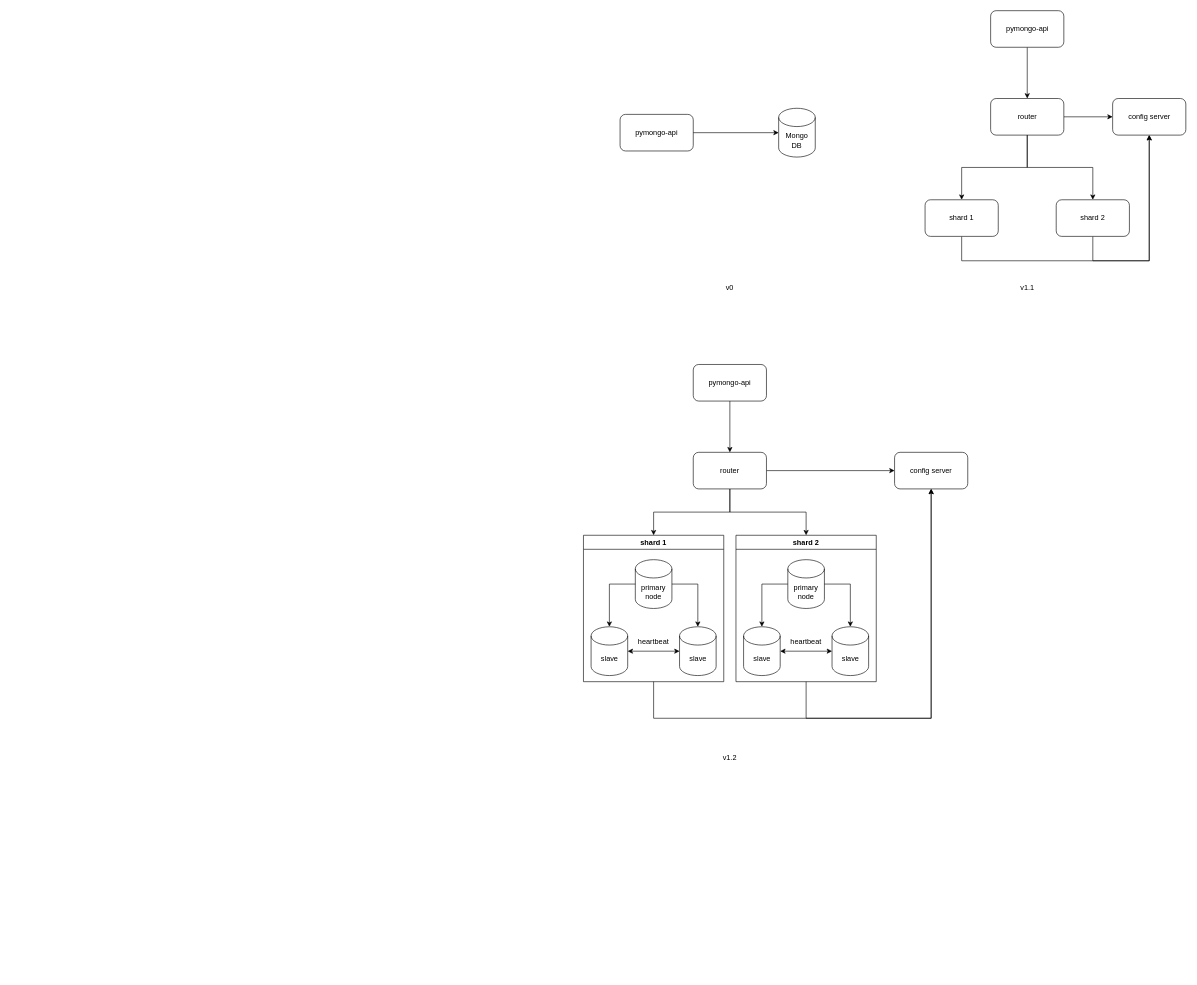
The draw.io diagram page "task 1.1" (1 of 2) of src/schemas.drawio in kuznechek/architecture-pro-black_friday, before the edit. Source tidied: cells renumbered, new cells numbered last; positions are measured from the earlier drawing's top-left corner, leaving out a move shared by most shapes. Both pictures are drawn from the tidied source at 61%, with x=0, y=0 at pixel (583, 10).
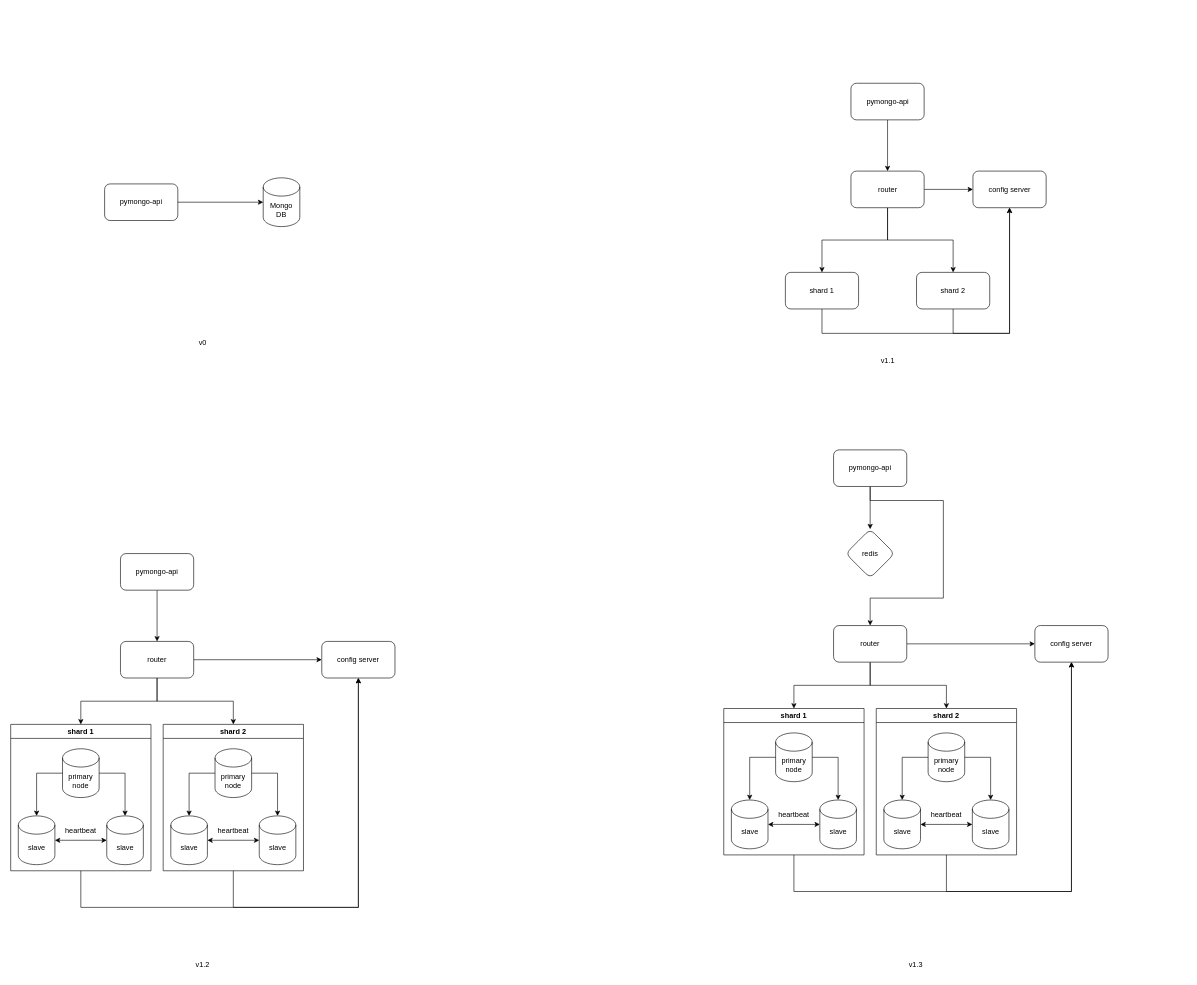
Above is the later version.

Diff of the diagram source:
```diff
@@
     <mxCell id="2" value="Mongo&lt;div&gt;DB&lt;/div&gt;" style="shape=cylinder3;whiteSpace=wrap;html=1;boundedLbl=1;backgroundOutline=1;size=15;" parent="1" vertex="1">
-      <mxGeometry x="320" y="160" width="60" height="80" as="geometry" />
+      <mxGeometry x="-525" y="274" width="60" height="80" as="geometry" />
     </mxCell>
     <mxCell id="3" value="pymongo-api" style="rounded=1;whiteSpace=wrap;html=1;" parent="1" vertex="1">
-      <mxGeometry x="60" y="170" width="120" height="60" as="geometry" />
+      <mxGeometry x="-785" y="284" width="120" height="60" as="geometry" />
     </mxCell>
@@
     <mxCell id="6" value="pymongo-api" style="rounded=1;whiteSpace=wrap;html=1;" parent="1" vertex="1">
-      <mxGeometry x="667.5" width="120" height="60" as="geometry" />
+      <mxGeometry x="438.5" y="119" width="120" height="60" as="geometry" />
     </mxCell>
@@
     <mxCell id="10" value="router" style="rounded=1;whiteSpace=wrap;html=1;" parent="1" vertex="1">
-      <mxGeometry x="667.5" y="144" width="120" height="60" as="geometry" />
+      <mxGeometry x="438.5" y="263" width="120" height="60" as="geometry" />
     </mxCell>
     <mxCell id="11" style="edgeStyle=orthogonalEdgeStyle;rounded=0;jettySize=auto;html=1;exitX=0.5;exitY=1;exitDx=0;exitDy=0;entryX=0.5;entryY=1;entryDx=0;entryDy=0;" parent="1" edge="1" source="12" target="17">
       <mxGeometry relative="1" as="geometry">
         <Array as="points">
-          <mxPoint x="620" y="410" />
-          <mxPoint x="928" y="410" />
+          <mxPoint x="391" y="529" />
+          <mxPoint x="699" y="529" />
         </Array>
       </mxGeometry>
     </mxCell>
     <mxCell id="12" value="shard 1" style="rounded=1;whiteSpace=wrap;html=1;" parent="1" vertex="1">
-      <mxGeometry x="560" y="310" width="120" height="60" as="geometry" />
+      <mxGeometry x="331" y="429" width="120" height="60" as="geometry" />
     </mxCell>
     <mxCell id="13" style="edgeStyle=orthogonalEdgeStyle;rounded=0;jettySize=auto;html=1;exitX=0.5;exitY=1;exitDx=0;exitDy=0;entryX=0.5;entryY=1;entryDx=0;entryDy=0;" parent="1" edge="1" source="14" target="17">
       <mxGeometry relative="1" as="geometry">
         <Array as="points">
-          <mxPoint x="835" y="410" />
-          <mxPoint x="928" y="410" />
+          <mxPoint x="606" y="529" />
+          <mxPoint x="699" y="529" />
         </Array>
       </mxGeometry>
     </mxCell>
     <mxCell id="14" value="shard 2" style="rounded=1;whiteSpace=wrap;html=1;" parent="1" vertex="1">
-      <mxGeometry x="775" y="310" width="120" height="60" as="geometry" />
+      <mxGeometry x="546" y="429" width="120" height="60" as="geometry" />
     </mxCell>
     <mxCell id="15" value="v0" style="text;html=1;whiteSpace=wrap;strokeColor=none;fillColor=none;align=center;verticalAlign=middle;rounded=0;" parent="1" vertex="1">
-      <mxGeometry x="210" y="440" width="60" height="30" as="geometry" />
+      <mxGeometry x="-654" y="529" width="60" height="30" as="geometry" />
     </mxCell>
     <mxCell id="16" value="v1.1" style="text;html=1;whiteSpace=wrap;strokeColor=none;fillColor=none;align=center;verticalAlign=middle;rounded=0;" parent="1" vertex="1">
-      <mxGeometry x="697.5" y="440" width="60" height="30" as="geometry" />
+      <mxGeometry x="468.5" y="559" width="60" height="30" as="geometry" />
     </mxCell>
     <mxCell id="17" value="config server" style="rounded=1;whiteSpace=wrap;html=1;" parent="1" vertex="1">
-      <mxGeometry x="867.5" y="144" width="120" height="60" as="geometry" />
+      <mxGeometry x="638.5" y="263" width="120" height="60" as="geometry" />
     </mxCell>
@@
     <mxCell id="19" value="pymongo-api" style="rounded=1;whiteSpace=wrap;html=1;" parent="1" vertex="1">
-      <mxGeometry x="180" y="580" width="120" height="60" as="geometry" />
+      <mxGeometry x="-759" y="890" width="120" height="60" as="geometry" />
     </mxCell>
@@
     <mxCell id="23" value="router" style="rounded=1;whiteSpace=wrap;html=1;" parent="1" vertex="1">
-      <mxGeometry x="180" y="724" width="120" height="60" as="geometry" />
+      <mxGeometry x="-759" y="1034" width="120" height="60" as="geometry" />
     </mxCell>
     <mxCell id="24" style="edgeStyle=orthogonalEdgeStyle;rounded=0;jettySize=auto;html=1;exitX=0.5;exitY=1;exitDx=0;exitDy=0;entryX=0.5;entryY=1;entryDx=0;entryDy=0;" parent="1" edge="1" source="27" target="26">
       <mxGeometry relative="1" as="geometry">
         <Array as="points">
-          <mxPoint x="115" y="1160" />
-          <mxPoint x="570" y="1160" />
+          <mxPoint x="-824" y="1470" />
+          <mxPoint x="-369" y="1470" />
         </Array>
       </mxGeometry>
     </mxCell>
     <mxCell id="25" value="v1.2" style="text;html=1;whiteSpace=wrap;strokeColor=none;fillColor=none;align=center;verticalAlign=middle;rounded=0;" parent="1" vertex="1">
-      <mxGeometry x="210" y="1210" width="60" height="30" as="geometry" />
+      <mxGeometry x="-654" y="1550" width="60" height="30" as="geometry" />
     </mxCell>
     <mxCell id="26" value="config server" style="rounded=1;whiteSpace=wrap;html=1;" parent="1" vertex="1">
-      <mxGeometry x="510" y="724" width="120" height="60" as="geometry" />
+      <mxGeometry x="-429" y="1034" width="120" height="60" as="geometry" />
     </mxCell>
     <mxCell id="27" value="shard 1" style="swimlane;whiteSpace=wrap;html=1;" parent="1" vertex="1">
-      <mxGeometry y="860" width="230" height="240" as="geometry" />
+      <mxGeometry x="-939" y="1170" width="230" height="240" as="geometry" />
     </mxCell>
@@
     <mxCell id="35" style="edgeStyle=orthogonalEdgeStyle;rounded=0;jettySize=auto;html=1;exitX=0.5;exitY=1;exitDx=0;exitDy=0;entryX=0.5;entryY=1;entryDx=0;entryDy=0;" parent="1" edge="1" source="36" target="26">
       <mxGeometry relative="1" as="geometry">
         <Array as="points">
-          <mxPoint x="365" y="1160" />
-          <mxPoint x="570" y="1160" />
+          <mxPoint x="-574" y="1470" />
+          <mxPoint x="-369" y="1470" />
         </Array>
       </mxGeometry>
     </mxCell>
     <mxCell id="36" value="shard 2" style="swimlane;whiteSpace=wrap;html=1;" parent="1" vertex="1">
-      <mxGeometry x="250" y="860" width="230" height="240" as="geometry" />
+      <mxGeometry x="-689" y="1170" width="230" height="240" as="geometry" />
     </mxCell>
@@
+    <mxCell id="44" style="edgeStyle=orthogonalEdgeStyle;rounded=0;jettySize=auto;html=1;" parent="1" edge="1" source="46" target="71">
+      <mxGeometry relative="1" as="geometry" />
+    </mxCell>
+    <mxCell id="45" style="edgeStyle=orthogonalEdgeStyle;rounded=0;jettySize=auto;html=1;entryX=0.5;entryY=0;entryDx=0;entryDy=0;" parent="1" edge="1" source="46" target="50">
+      <mxGeometry relative="1" as="geometry">
+        <Array as="points">
+          <mxPoint x="470" y="803" />
+          <mxPoint x="590" y="803" />
+          <mxPoint x="590" y="963" />
+          <mxPoint x="470" y="963" />
+        </Array>
+      </mxGeometry>
+    </mxCell>
+    <mxCell id="46" value="pymongo-api" style="rounded=1;whiteSpace=wrap;html=1;" parent="1" vertex="1">
+      <mxGeometry x="410" y="720" width="120" height="60" as="geometry" />
+    </mxCell>
+    <mxCell id="47" style="edgeStyle=orthogonalEdgeStyle;rounded=0;jettySize=auto;html=1;entryX=0.5;entryY=0;entryDx=0;entryDy=0;" parent="1" edge="1" source="50" target="54">
+      <mxGeometry relative="1" as="geometry" />
+    </mxCell>
+    <mxCell id="48" style="edgeStyle=orthogonalEdgeStyle;rounded=0;jettySize=auto;html=1;" parent="1" edge="1" source="50" target="53">
+      <mxGeometry relative="1" as="geometry" />
+    </mxCell>
+    <mxCell id="49" style="edgeStyle=orthogonalEdgeStyle;rounded=0;jettySize=auto;html=1;exitX=0.5;exitY=1;exitDx=0;exitDy=0;entryX=0.5;entryY=0;entryDx=0;entryDy=0;" parent="1" edge="1" source="50" target="63">
+      <mxGeometry relative="1" as="geometry" />
+    </mxCell>
+    <mxCell id="50" value="router" style="rounded=1;whiteSpace=wrap;html=1;" parent="1" vertex="1">
+      <mxGeometry x="410" y="1008" width="120" height="60" as="geometry" />
+    </mxCell>
+    <mxCell id="51" style="edgeStyle=orthogonalEdgeStyle;rounded=0;jettySize=auto;html=1;exitX=0.5;exitY=1;exitDx=0;exitDy=0;entryX=0.5;entryY=1;entryDx=0;entryDy=0;" parent="1" edge="1" source="54" target="53">
+      <mxGeometry relative="1" as="geometry">
+        <Array as="points">
+          <mxPoint x="345" y="1444" />
+          <mxPoint x="800" y="1444" />
+        </Array>
+      </mxGeometry>
+    </mxCell>
+    <mxCell id="52" value="v1.3" style="text;html=1;whiteSpace=wrap;strokeColor=none;fillColor=none;align=center;verticalAlign=middle;rounded=0;" parent="1" vertex="1">
+      <mxGeometry x="515" y="1550" width="60" height="30" as="geometry" />
+    </mxCell>
+    <mxCell id="53" value="config server" style="rounded=1;whiteSpace=wrap;html=1;" parent="1" vertex="1">
+      <mxGeometry x="740" y="1008" width="120" height="60" as="geometry" />
+    </mxCell>
+    <mxCell id="54" value="shard 1" style="swimlane;whiteSpace=wrap;html=1;" parent="1" vertex="1">
+      <mxGeometry x="230" y="1144" width="230" height="240" as="geometry" />
+    </mxCell>
+    <mxCell id="55" value="primary node" style="shape=cylinder3;whiteSpace=wrap;html=1;boundedLbl=1;backgroundOutline=1;size=15;" parent="54" vertex="1">
+      <mxGeometry x="85" y="40" width="60" height="80" as="geometry" />
+    </mxCell>
+    <mxCell id="56" value="slave" style="shape=cylinder3;whiteSpace=wrap;html=1;boundedLbl=1;backgroundOutline=1;size=15;" parent="54" vertex="1">
+      <mxGeometry x="12.5" y="150" width="60" height="80" as="geometry" />
+    </mxCell>
+    <mxCell id="57" value="slave" style="shape=cylinder3;whiteSpace=wrap;html=1;boundedLbl=1;backgroundOutline=1;size=15;" parent="54" vertex="1">
+      <mxGeometry x="157.5" y="150" width="60" height="80" as="geometry" />
+    </mxCell>
+    <mxCell id="58" style="edgeStyle=orthogonalEdgeStyle;rounded=0;jettySize=auto;html=1;exitX=0;exitY=0.5;exitDx=0;exitDy=0;exitPerimeter=0;entryX=0.5;entryY=0;entryDx=0;entryDy=0;entryPerimeter=0;" parent="54" edge="1" source="55" target="56">
+      <mxGeometry relative="1" as="geometry" />
+    </mxCell>
+    <mxCell id="59" style="edgeStyle=orthogonalEdgeStyle;rounded=0;jettySize=auto;html=1;exitX=1;exitY=0.5;exitDx=0;exitDy=0;exitPerimeter=0;entryX=0.5;entryY=0;entryDx=0;entryDy=0;entryPerimeter=0;" parent="54" edge="1" source="55" target="57">
+      <mxGeometry relative="1" as="geometry" />
+    </mxCell>
+    <mxCell id="60" style="edgeStyle=orthogonalEdgeStyle;rounded=0;jettySize=auto;html=1;exitX=1;exitY=0.5;exitDx=0;exitDy=0;exitPerimeter=0;entryX=0;entryY=0.5;entryDx=0;entryDy=0;entryPerimeter=0;startArrow=classic;startFill=1;" parent="54" edge="1" source="56" target="57">
+      <mxGeometry relative="1" as="geometry" />
+    </mxCell>
+    <mxCell id="61" value="heartbeat" style="text;html=1;whiteSpace=wrap;strokeColor=none;fillColor=none;align=center;verticalAlign=middle;rounded=0;" parent="54" vertex="1">
+      <mxGeometry x="85" y="160" width="60" height="30" as="geometry" />
+    </mxCell>
+    <mxCell id="62" style="edgeStyle=orthogonalEdgeStyle;rounded=0;jettySize=auto;html=1;exitX=0.5;exitY=1;exitDx=0;exitDy=0;entryX=0.5;entryY=1;entryDx=0;entryDy=0;" parent="1" edge="1" source="63" target="53">
+      <mxGeometry relative="1" as="geometry">
+        <Array as="points">
+          <mxPoint x="595" y="1444" />
+          <mxPoint x="800" y="1444" />
+        </Array>
+      </mxGeometry>
+    </mxCell>
+    <mxCell id="63" value="shard 2" style="swimlane;whiteSpace=wrap;html=1;" parent="1" vertex="1">
+      <mxGeometry x="480" y="1144" width="230" height="240" as="geometry" />
+    </mxCell>
+    <mxCell id="64" value="primary node" style="shape=cylinder3;whiteSpace=wrap;html=1;boundedLbl=1;backgroundOutline=1;size=15;" parent="63" vertex="1">
+      <mxGeometry x="85" y="40" width="60" height="80" as="geometry" />
+    </mxCell>
+    <mxCell id="65" value="slave" style="shape=cylinder3;whiteSpace=wrap;html=1;boundedLbl=1;backgroundOutline=1;size=15;" parent="63" vertex="1">
+      <mxGeometry x="12.5" y="150" width="60" height="80" as="geometry" />
+    </mxCell>
+    <mxCell id="66" value="slave" style="shape=cylinder3;whiteSpace=wrap;html=1;boundedLbl=1;backgroundOutline=1;size=15;" parent="63" vertex="1">
+      <mxGeometry x="157.5" y="150" width="60" height="80" as="geometry" />
+    </mxCell>
+    <mxCell id="67" style="edgeStyle=orthogonalEdgeStyle;rounded=0;jettySize=auto;html=1;exitX=0;exitY=0.5;exitDx=0;exitDy=0;exitPerimeter=0;entryX=0.5;entryY=0;entryDx=0;entryDy=0;entryPerimeter=0;" parent="63" edge="1" source="64" target="65">
+      <mxGeometry relative="1" as="geometry" />
+    </mxCell>
+    <mxCell id="68" style="edgeStyle=orthogonalEdgeStyle;rounded=0;jettySize=auto;html=1;exitX=1;exitY=0.5;exitDx=0;exitDy=0;exitPerimeter=0;entryX=0.5;entryY=0;entryDx=0;entryDy=0;entryPerimeter=0;" parent="63" edge="1" source="64" target="66">
+      <mxGeometry relative="1" as="geometry" />
+    </mxCell>
+    <mxCell id="69" style="edgeStyle=orthogonalEdgeStyle;rounded=0;jettySize=auto;html=1;exitX=1;exitY=0.5;exitDx=0;exitDy=0;exitPerimeter=0;entryX=0;entryY=0.5;entryDx=0;entryDy=0;entryPerimeter=0;startArrow=classic;startFill=1;" parent="63" edge="1" source="65" target="66">
+      <mxGeometry relative="1" as="geometry" />
+    </mxCell>
+    <mxCell id="70" value="heartbeat" style="text;html=1;whiteSpace=wrap;strokeColor=none;fillColor=none;align=center;verticalAlign=middle;rounded=0;" parent="63" vertex="1">
+      <mxGeometry x="85" y="160" width="60" height="30" as="geometry" />
+    </mxCell>
+    <mxCell id="71" value="redis" style="rhombus;whiteSpace=wrap;html=1;rounded=1;" parent="1" vertex="1">
+      <mxGeometry x="430" y="850" width="80" height="80" as="geometry" />
+    </mxCell>
```
